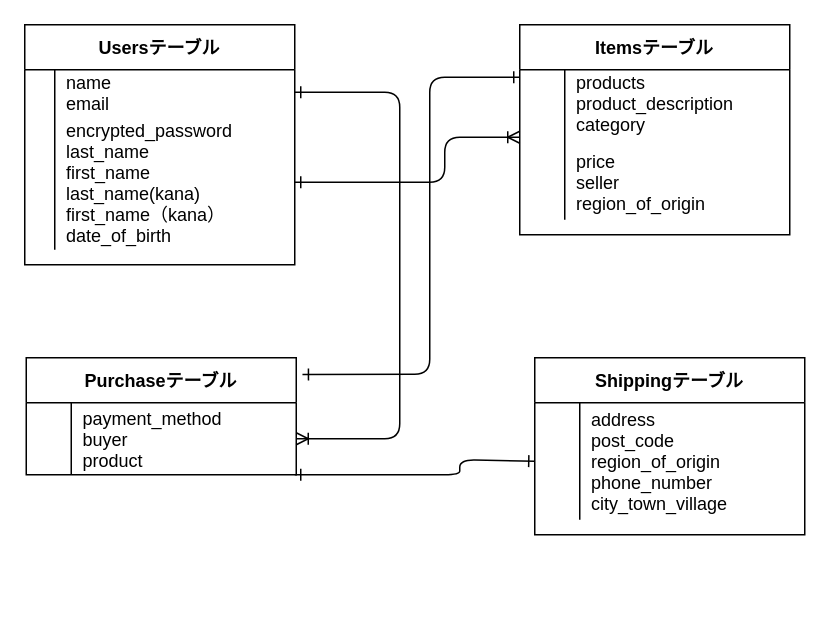
Before: bin/er.dio in syun031/furima-39700, a draw.io diagram. Source tidied: cells renumbered, new cells numbered last; positions are measured from the earlier drawing's top-left corner, leaving out a move shared by most shapes. Both pictures are drawn from the tidied source at 150%, with x=0, y=0 at pixel (24, 24).
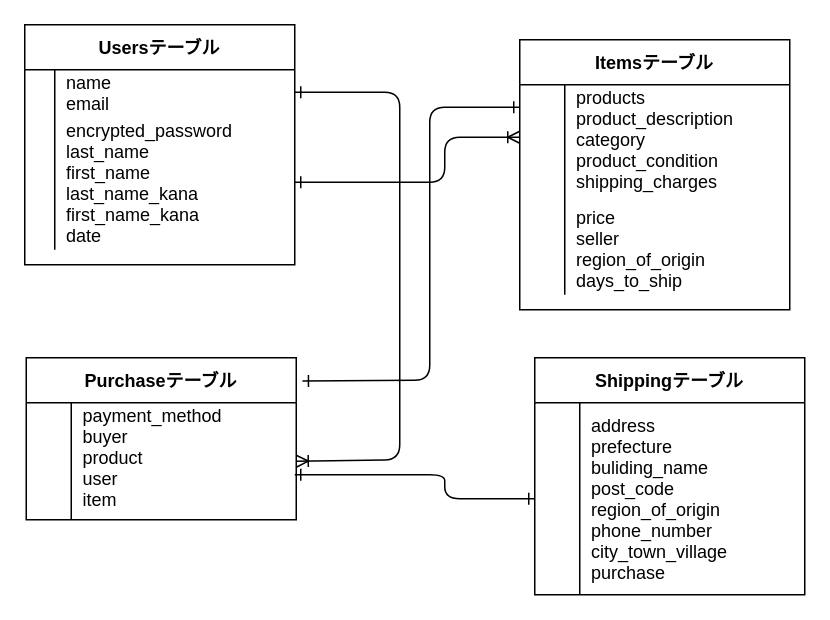
After the change.

Unchanged cells that the change refers to:
```xml
<mxCell id="3" style="shape=tableRow;horizontal=0;startSize=0;swimlaneHead=0;swimlaneBody=0;fillColor=none;points=[[0,0.5],[1,0.5]];portConstraint=eastwest;top=0;left=0;right=0;bottom=0;" parent="2" vertex="1">
  <mxGeometry y="30" width="180" height="30" as="geometry" />
</mxCell>
<mxCell id="6" style="shape=tableRow;horizontal=0;startSize=0;swimlaneHead=0;swimlaneBody=0;fillColor=none;points=[[0,0.5],[1,0.5]];portConstraint=eastwest;top=0;left=0;right=0;bottom=0;" parent="2" vertex="1">
  <mxGeometry y="60" width="180" height="90" as="geometry" />
</mxCell>
```

What changed in the source:
```diff
@@
-    <mxCell id="8" value="encrypted_password&#10;last_name&#10;first_name&#10;last_name(kana)&#10;first_name（kana）&#10;date_of_birth" style="shape=partialRectangle;fillColor=none;top=0;left=0;bottom=0;right=0;align=left;spacingLeft=6;overflow=hidden;" parent="6" vertex="1">
+    <mxCell id="8" value="encrypted_password&#10;last_name&#10;first_name&#10;last_name_kana&#10;first_name_kana&#10;date" style="shape=partialRectangle;fillColor=none;top=0;left=0;bottom=0;right=0;align=left;spacingLeft=6;overflow=hidden;" parent="6" vertex="1">
       <mxGeometry x="20" width="160" height="90" as="geometry" />
     </mxCell>
     <mxCell id="9" style="edgeStyle=none;html=1;exitX=0;exitY=0.25;exitDx=0;exitDy=0;startArrow=ERone;startFill=0;endArrow=ERone;endFill=0;entryX=1.023;entryY=0.143;entryDx=0;entryDy=0;entryPerimeter=0;" parent="1" edge="1" source="10" target="18">
       <mxGeometry relative="1" as="geometry">
         <Array as="points">
-          <mxPoint x="270" y="35" />
-          <mxPoint x="270" y="233" />
+          <mxPoint x="270" y="55" />
+          <mxPoint x="270" y="237" />
         </Array>
       </mxGeometry>
     </mxCell>
     <mxCell id="10" value="Itemsテーブル" style="shape=table;startSize=30;childLayout=tableLayout;rowLines=0;fontStyle=1;align=center;" parent="1" vertex="1">
-      <mxGeometry x="330" width="180" height="140" as="geometry" />
+      <mxGeometry x="330" y="10" width="180" height="180" as="geometry" />
     </mxCell>
     <mxCell id="11" style="shape=tableRow;horizontal=0;startSize=0;swimlaneHead=0;swimlaneBody=0;fillColor=none;top=0;left=0;right=0;bottom=0;swimlaneLine=1;" parent="10" vertex="1">
-      <mxGeometry y="30" width="180" height="50" as="geometry" />
+      <mxGeometry y="30" width="180" height="80" as="geometry" />
     </mxCell>
     <mxCell id="12" style="shape=partialRectangle;fillColor=none;top=0;left=0;bottom=0;right=0;overflow=hidden;" parent="11" vertex="1">
-      <mxGeometry width="30" height="50" as="geometry" />
+      <mxGeometry width="30" height="80" as="geometry" />
     </mxCell>
-    <mxCell id="13" value="products&#10;product_description&#10;category&#10;" style="shape=partialRectangle;fillColor=none;top=0;left=0;bottom=0;right=0;align=left;spacingLeft=6;overflow=hidden;" parent="11" vertex="1">
-      <mxGeometry x="30" width="150" height="50" as="geometry" />
+    <mxCell id="13" value="products&#10;product_description&#10;category&#10;product_condition&#10;shipping_charges&#10;" style="shape=partialRectangle;fillColor=none;top=0;left=0;bottom=0;right=0;align=left;spacingLeft=6;overflow=hidden;" parent="11" vertex="1">
+      <mxGeometry x="30" width="150" height="80" as="geometry" />
     </mxCell>
     <mxCell id="14" style="shape=tableRow;horizontal=0;startSize=0;swimlaneHead=0;swimlaneBody=0;fillColor=none;points=[[0,0.5],[1,0.5]];portConstraint=eastwest;top=0;left=0;right=0;bottom=0;" parent="10" vertex="1">
-      <mxGeometry y="80" width="180" height="50" as="geometry" />
+      <mxGeometry y="110" width="180" height="60" as="geometry" />
     </mxCell>
     <mxCell id="15" style="shape=partialRectangle;fillColor=none;top=0;left=0;bottom=0;right=0;overflow=hidden;" parent="14" vertex="1">
-      <mxGeometry width="30" height="50" as="geometry" />
+      <mxGeometry width="30" height="60" as="geometry" />
     </mxCell>
-    <mxCell id="16" value="price&#10;seller&#10;region_of_origin" style="shape=partialRectangle;fillColor=none;top=0;left=0;bottom=0;right=0;align=left;spacingLeft=6;overflow=hidden;" parent="14" vertex="1">
-      <mxGeometry x="30" width="150" height="50" as="geometry" />
+    <mxCell id="16" value="price&#10;seller&#10;region_of_origin&#10;days_to_ship&#10;" style="shape=partialRectangle;fillColor=none;top=0;left=0;bottom=0;right=0;align=left;spacingLeft=6;overflow=hidden;" parent="14" vertex="1">
+      <mxGeometry x="30" width="150" height="60" as="geometry" />
     </mxCell>
@@
     <mxCell id="18" value="Purchaseテーブル" style="shape=table;startSize=30;childLayout=tableLayout;rowLines=0;fontStyle=1;align=center;" parent="1" vertex="1">
-      <mxGeometry x="1" y="222" width="180" height="78" as="geometry" />
+      <mxGeometry x="1" y="222" width="180" height="108" as="geometry" />
     </mxCell>
     <mxCell id="19" style="shape=tableRow;horizontal=0;startSize=0;swimlaneHead=0;swimlaneBody=0;fillColor=none;points=[[0,0.5],[1,0.5]];portConstraint=eastwest;top=0;left=0;right=0;bottom=0;" parent="18" vertex="1">
-      <mxGeometry y="30" width="180" height="48" as="geometry" />
+      <mxGeometry y="30" width="180" height="78" as="geometry" />
     </mxCell>
     <mxCell id="20" style="shape=partialRectangle;fillColor=none;top=0;left=0;bottom=0;right=0;overflow=hidden;" parent="19" vertex="1">
-      <mxGeometry width="30" height="48" as="geometry" />
+      <mxGeometry width="30" height="78" as="geometry" />
     </mxCell>
-    <mxCell id="21" value="payment_method&#10;buyer&#10;product" style="shape=partialRectangle;fillColor=none;top=0;left=0;bottom=0;right=0;align=left;spacingLeft=6;overflow=hidden;" parent="19" vertex="1">
-      <mxGeometry x="30" width="150" height="48" as="geometry" />
+    <mxCell id="21" value="payment_method&#10;buyer&#10;product&#10;user&#10;item&#10;" style="shape=partialRectangle;fillColor=none;top=0;left=0;bottom=0;right=0;align=left;spacingLeft=6;overflow=hidden;" parent="19" vertex="1">
+      <mxGeometry x="30" width="150" height="78" as="geometry" />
     </mxCell>
     <mxCell id="22" value="Shippingテーブル" style="shape=table;startSize=30;childLayout=tableLayout;rowLines=0;fontStyle=1;align=center;" parent="1" vertex="1">
-      <mxGeometry x="340" y="222" width="180" height="118" as="geometry" />
+      <mxGeometry x="340" y="222" width="180" height="158" as="geometry" />
     </mxCell>
     <mxCell id="23" style="shape=tableRow;horizontal=0;startSize=0;swimlaneHead=0;swimlaneBody=0;fillColor=none;points=[[0,0.5],[1,0.5]];portConstraint=eastwest;top=0;left=0;right=0;bottom=0;" parent="22" vertex="1">
-      <mxGeometry y="30" width="180" height="78" as="geometry" />
+      <mxGeometry y="30" width="180" height="128" as="geometry" />
     </mxCell>
     <mxCell id="24" style="shape=partialRectangle;fillColor=none;top=0;left=0;bottom=0;right=0;overflow=hidden;" parent="23" vertex="1">
-      <mxGeometry width="30" height="78" as="geometry" />
+      <mxGeometry width="30" height="128" as="geometry" />
     </mxCell>
-    <mxCell id="25" value="address&#10;post_code&#10;region_of_origin&#10;phone_number&#10;city_town_village" style="shape=partialRectangle;fillColor=none;top=0;left=0;bottom=0;right=0;align=left;spacingLeft=6;overflow=hidden;" parent="23" vertex="1">
-      <mxGeometry x="30" width="150" height="78" as="geometry" />
+    <mxCell id="25" value="address&#10;prefecture&#10;buliding_name&#10;post_code&#10;region_of_origin&#10;phone_number&#10;city_town_village&#10;purchase" style="shape=partialRectangle;fillColor=none;top=0;left=0;bottom=0;right=0;align=left;spacingLeft=6;overflow=hidden;" parent="23" vertex="1">
+      <mxGeometry x="30" width="150" height="128" as="geometry" />
     </mxCell>
@@
     <mxCell id="27" style="edgeStyle=none;html=1;exitX=1;exitY=0.5;exitDx=0;exitDy=0;startArrow=ERone;startFill=0;endArrow=ERoneToMany;endFill=0;entryX=1;entryY=0.5;entryDx=0;entryDy=0;" parent="1" edge="1" source="3" target="19">
       <mxGeometry relative="1" as="geometry">
         <Array as="points">
           <mxPoint x="250" y="45" />
           <mxPoint x="250" y="150" />
-          <mxPoint x="250" y="276" />
+          <mxPoint x="250" y="290" />
         </Array>
       </mxGeometry>
     </mxCell>
     <mxCell id="28" style="edgeStyle=none;html=1;exitX=0;exitY=0.5;exitDx=0;exitDy=0;startArrow=ERone;startFill=0;endArrow=ERone;endFill=0;" parent="1" edge="1" source="23">
       <mxGeometry relative="1" as="geometry">
         <mxPoint x="180" y="300" as="targetPoint" />
         <Array as="points">
-          <mxPoint x="290" y="290" />
-          <mxPoint x="290" y="300" />
+          <mxPoint x="280" y="316" />
+          <mxPoint x="280" y="300" />
         </Array>
       </mxGeometry>
     </mxCell>
```
